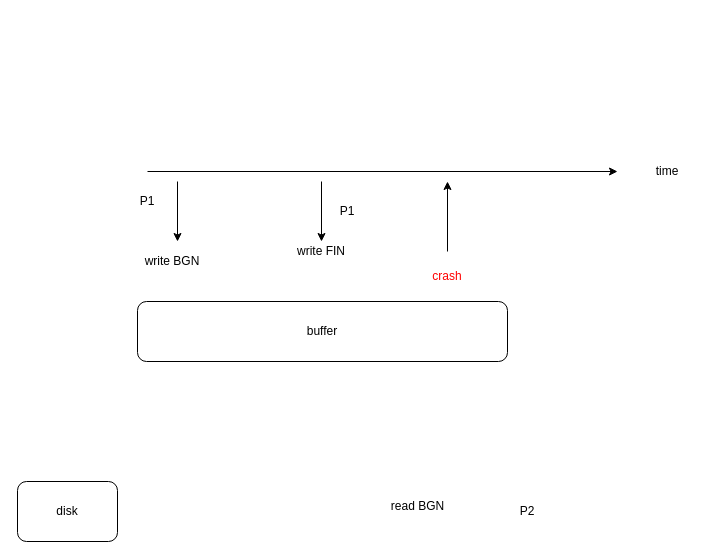
This is pages/programming/database-and-storages/database-basics.drawio from songtianyi/songtianyi.github.io, a draw.io file, before an edit. Source tidied: cells renumbered, new cells numbered last; positions are measured from the earlier drawing's top-left corner, leaving out a move shared by most shapes. Both pictures are drawn from the tidied source at 100%, with x=0, y=0 at pixel (17, 161).
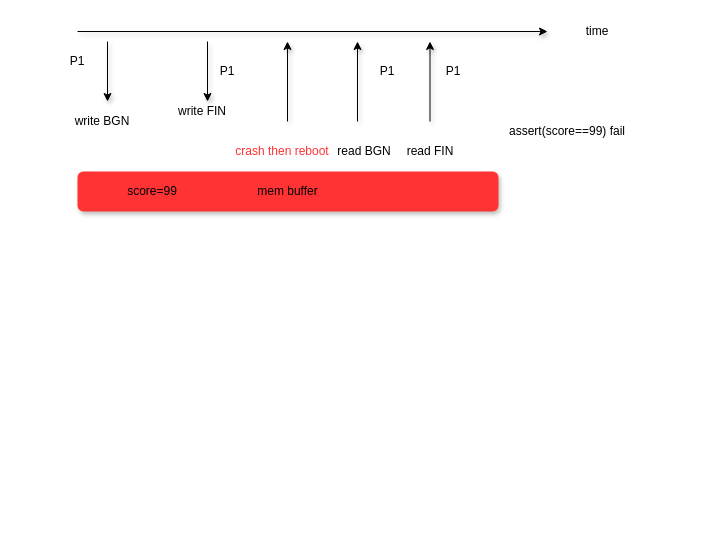
The same page after the edit.

Change to the diagram source:
```diff
@@
+    <mxCell id="16" value="mem buffer" style="rounded=1;whiteSpace=wrap;html=1;shadow=1;fillColor=#FF3333;strokeColor=none;" parent="1" vertex="1">
+      <mxGeometry x="60" y="10" width="421" height="40" as="geometry" />
+    </mxCell>
-    <mxCell id="2" style="endArrow=classic;html=1;" parent="1" edge="1">
+    <mxCell id="2" style="endArrow=classic;html=1;shadow=1;" parent="1" edge="1">
       <mxGeometry relative="1" as="geometry">
-        <mxPoint x="130" y="10" as="sourcePoint" />
-        <mxPoint x="600" y="10" as="targetPoint" />
+        <mxPoint x="60" y="-130" as="sourcePoint" />
+        <mxPoint x="530" y="-130" as="targetPoint" />
       </mxGeometry>
     </mxCell>
-    <mxCell id="3" value="buffer" style="rounded=1;whiteSpace=wrap;html=1;" parent="1" vertex="1">
-      <mxGeometry x="120" y="140" width="370" height="60" as="geometry" />
-    </mxCell>
-    <mxCell id="4" value="disk" style="rounded=1;whiteSpace=wrap;html=1;" parent="1" vertex="1">
-      <mxGeometry y="320" width="100" height="60" as="geometry" />
-    </mxCell>
-    <mxCell id="5" style="endArrow=classic;html=1;" parent="1" edge="1">
+    <mxCell id="5" style="endArrow=classic;html=1;shadow=1;" parent="1" edge="1">
       <mxGeometry relative="1" as="geometry">
-        <mxPoint x="160" y="20" as="sourcePoint" />
-        <mxPoint x="160" y="80" as="targetPoint" />
+        <mxPoint x="90" y="-120" as="sourcePoint" />
+        <mxPoint x="90" y="-60" as="targetPoint" />
       </mxGeometry>
     </mxCell>
-    <mxCell id="6" value="write BGN" style="text;html=1;strokeColor=none;fillColor=none;align=center;verticalAlign=middle;whiteSpace=wrap;rounded=0;" parent="1" vertex="1">
-      <mxGeometry x="110" y="90" width="90" height="20" as="geometry" />
+    <mxCell id="6" value="write BGN" style="text;html=1;strokeColor=none;fillColor=none;align=center;verticalAlign=middle;whiteSpace=wrap;rounded=0;shadow=1;" parent="1" vertex="1">
+      <mxGeometry x="40" y="-50" width="90" height="20" as="geometry" />
     </mxCell>
-    <mxCell id="7" value="write FIN" style="text;html=1;strokeColor=none;fillColor=none;align=center;verticalAlign=middle;whiteSpace=wrap;rounded=0;" parent="1" vertex="1">
-      <mxGeometry x="259" y="80" width="90" height="20" as="geometry" />
+    <mxCell id="7" value="write FIN" style="text;html=1;strokeColor=none;fillColor=none;align=center;verticalAlign=middle;whiteSpace=wrap;rounded=0;shadow=1;" parent="1" vertex="1">
+      <mxGeometry x="140" y="-60" width="90" height="20" as="geometry" />
     </mxCell>
-    <mxCell id="8" style="endArrow=classic;html=1;" parent="1" edge="1">
+    <mxCell id="8" style="endArrow=classic;html=1;shadow=1;" parent="1" edge="1">
       <mxGeometry relative="1" as="geometry">
-        <mxPoint x="304" y="20" as="sourcePoint" />
-        <mxPoint x="304" y="80" as="targetPoint" />
+        <mxPoint x="190" y="-120" as="sourcePoint" />
+        <mxPoint x="190" y="-60" as="targetPoint" />
       </mxGeometry>
     </mxCell>
-    <mxCell id="9" style="endArrow=classic;html=1;" parent="1" edge="1">
-      <mxGeometry relative="1" as="geometry">
-        <mxPoint x="430" y="90" as="sourcePoint" />
-        <mxPoint x="430" y="20" as="targetPoint" />
-      </mxGeometry>
-    </mxCell>
-    <mxCell id="10" value="read BGN" style="text;html=1;strokeColor=none;fillColor=none;align=center;verticalAlign=middle;whiteSpace=wrap;rounded=0;" parent="1" vertex="1">
-      <mxGeometry x="360" y="330" width="81" height="30" as="geometry" />
-    </mxCell>
-    <mxCell id="11" value="P1" style="text;html=1;strokeColor=none;fillColor=none;align=center;verticalAlign=middle;whiteSpace=wrap;rounded=0;" parent="1" vertex="1">
-      <mxGeometry x="110" y="30" width="40" height="20" as="geometry" />
+    <mxCell id="11" value="P1" style="text;html=1;strokeColor=none;fillColor=none;align=center;verticalAlign=middle;whiteSpace=wrap;rounded=0;shadow=1;" parent="1" vertex="1">
+      <mxGeometry x="40" y="-110" width="40" height="20" as="geometry" />
     </mxCell>
-    <mxCell id="12" value="P2" style="text;html=1;strokeColor=none;fillColor=none;align=center;verticalAlign=middle;whiteSpace=wrap;rounded=0;" parent="1" vertex="1">
-      <mxGeometry x="490" y="340" width="40" height="20" as="geometry" />
-    </mxCell>
-    <mxCell id="13" value="P1" style="text;html=1;strokeColor=none;fillColor=none;align=center;verticalAlign=middle;whiteSpace=wrap;rounded=0;" parent="1" vertex="1">
-      <mxGeometry x="310" y="40" width="40" height="20" as="geometry" />
+    <mxCell id="13" value="P1" style="text;html=1;strokeColor=none;fillColor=none;align=center;verticalAlign=middle;whiteSpace=wrap;rounded=0;shadow=1;" parent="1" vertex="1">
+      <mxGeometry x="190" y="-100" width="40" height="20" as="geometry" />
     </mxCell>
-    <mxCell id="14" value="time" style="text;html=1;strokeColor=none;fillColor=none;align=center;verticalAlign=middle;whiteSpace=wrap;rounded=0;" parent="1" vertex="1">
-      <mxGeometry x="630" width="40" height="20" as="geometry" />
+    <mxCell id="14" value="time" style="text;html=1;strokeColor=none;fillColor=none;align=center;verticalAlign=middle;whiteSpace=wrap;rounded=0;shadow=1;" parent="1" vertex="1">
+      <mxGeometry x="560" y="-140" width="40" height="20" as="geometry" />
     </mxCell>
-    <mxCell id="15" value="&lt;font color=&quot;#ff0000&quot;&gt;crash&lt;/font&gt;" style="text;html=1;strokeColor=none;fillColor=none;align=center;verticalAlign=middle;whiteSpace=wrap;rounded=0;" parent="1" vertex="1">
-      <mxGeometry x="410" y="105" width="40" height="20" as="geometry" />
-    </mxCell>
+    <mxCell id="17" style="endArrow=classic;html=1;shadow=1;" parent="1" edge="1">
+      <mxGeometry relative="1" as="geometry">
+        <mxPoint x="340" y="-40" as="sourcePoint" />
+        <mxPoint x="340" y="-120" as="targetPoint" />
+      </mxGeometry>
+    </mxCell>
+    <mxCell id="10" value="read BGN" style="text;html=1;strokeColor=none;fillColor=none;align=center;verticalAlign=middle;whiteSpace=wrap;rounded=0;shadow=1;" parent="1" vertex="1">
+      <mxGeometry x="304" y="-20" width="86" height="20" as="geometry" />
+    </mxCell>
+    <mxCell id="18" style="endArrow=classic;html=1;shadow=1;" parent="1" edge="1">
+      <mxGeometry relative="1" as="geometry">
+        <mxPoint x="412.5" y="-40" as="sourcePoint" />
+        <mxPoint x="412.5" y="-120" as="targetPoint" />
+      </mxGeometry>
+    </mxCell>
+    <mxCell id="19" value="read FIN" style="text;html=1;strokeColor=none;fillColor=none;align=center;verticalAlign=middle;whiteSpace=wrap;rounded=0;shadow=1;" parent="1" vertex="1">
+      <mxGeometry x="370" y="-20" width="86" height="20" as="geometry" />
+    </mxCell>
+    <mxCell id="20" value="score=99" style="text;html=1;strokeColor=none;fillColor=none;align=center;verticalAlign=middle;whiteSpace=wrap;rounded=0;shadow=1;" parent="1" vertex="1">
+      <mxGeometry x="90" y="20" width="90" height="20" as="geometry" />
+    </mxCell>
+    <mxCell id="21" value="assert(score==99) fail" style="text;html=1;strokeColor=none;fillColor=none;align=center;verticalAlign=middle;whiteSpace=wrap;rounded=0;shadow=1;" parent="1" vertex="1">
+      <mxGeometry x="470" y="-40" width="160" height="20" as="geometry" />
+    </mxCell>
+    <mxCell id="22" value="P1" style="text;html=1;strokeColor=none;fillColor=none;align=center;verticalAlign=middle;whiteSpace=wrap;rounded=0;shadow=1;" parent="1" vertex="1">
+      <mxGeometry x="350" y="-100" width="40" height="20" as="geometry" />
+    </mxCell>
+    <mxCell id="23" value="P1" style="text;html=1;strokeColor=none;fillColor=none;align=center;verticalAlign=middle;whiteSpace=wrap;rounded=0;shadow=1;" parent="1" vertex="1">
+      <mxGeometry x="416" y="-100" width="40" height="20" as="geometry" />
+    </mxCell>
+    <mxCell id="24" parent="0" />
+    <mxCell id="25" style="endArrow=classic;html=1;shadow=1;" parent="24" edge="1">
+      <mxGeometry relative="1" as="geometry">
+        <mxPoint x="270" y="-40" as="sourcePoint" />
+        <mxPoint x="270" y="-120" as="targetPoint" />
+      </mxGeometry>
+    </mxCell>
+    <mxCell id="26" value="&lt;font color=&quot;#ff3333&quot;&gt;crash then reboot&lt;/font&gt;" style="text;html=1;strokeColor=none;fillColor=none;align=center;verticalAlign=middle;whiteSpace=wrap;rounded=0;shadow=1;" parent="24" vertex="1">
+      <mxGeometry x="190" y="-20" width="150" height="20" as="geometry" />
+    </mxCell>
```
